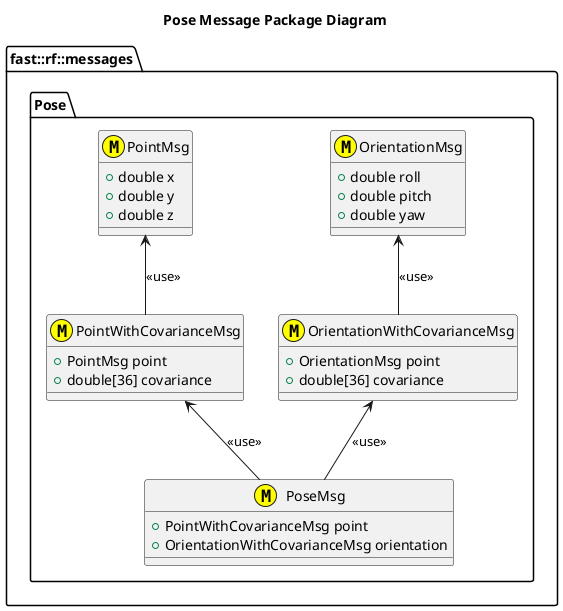
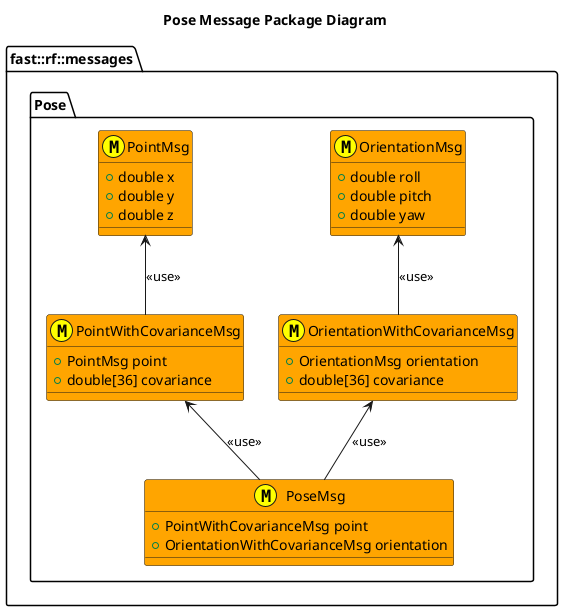
@startuml
title Pose Message Package Diagram

namespace fast::rf::messages {
-   namespace Pose {
-     struct PointMsg <<(M,#FFFF00) >> {
+   namespace Pose  {
+     struct PointMsg <<(M,#FFFF00) >> #Orange {
      +double x
      +double y
      +double z
    }
-     struct PointWithCovarianceMsg <<(M,#FFFF00) >> {
+     struct PointWithCovarianceMsg <<(M,#FFFF00) >>  #Orange {
      +PointMsg point
      +double[36] covariance
    }
    PointWithCovarianceMsg -up-> PointMsg: <<use>>
-     struct OrientationMsg <<(M,#FFFF00) >> {
+     struct OrientationMsg <<(M,#FFFF00) >> #Orange {
      +double roll
      +double pitch
      +double yaw
    }
-     struct OrientationWithCovarianceMsg <<(M,#FFFF00) >> {
-       +OrientationMsg point
+     struct OrientationWithCovarianceMsg <<(M,#FFFF00) >> #Orange {
+       +OrientationMsg orientation
      +double[36] covariance
    }
    OrientationWithCovarianceMsg -up-> OrientationMsg: <<use>>


-     struct PoseMsg <<(M,#FFFF00) >> {
+     struct PoseMsg <<(M,#FFFF00) >> #Orange {
      +PointWithCovarianceMsg point
      +OrientationWithCovarianceMsg orientation
    }
    PoseMsg -up-> PointWithCovarianceMsg: <<use>>
    PoseMsg -up-> OrientationWithCovarianceMsg: <<use>>
  }
}
@enduml